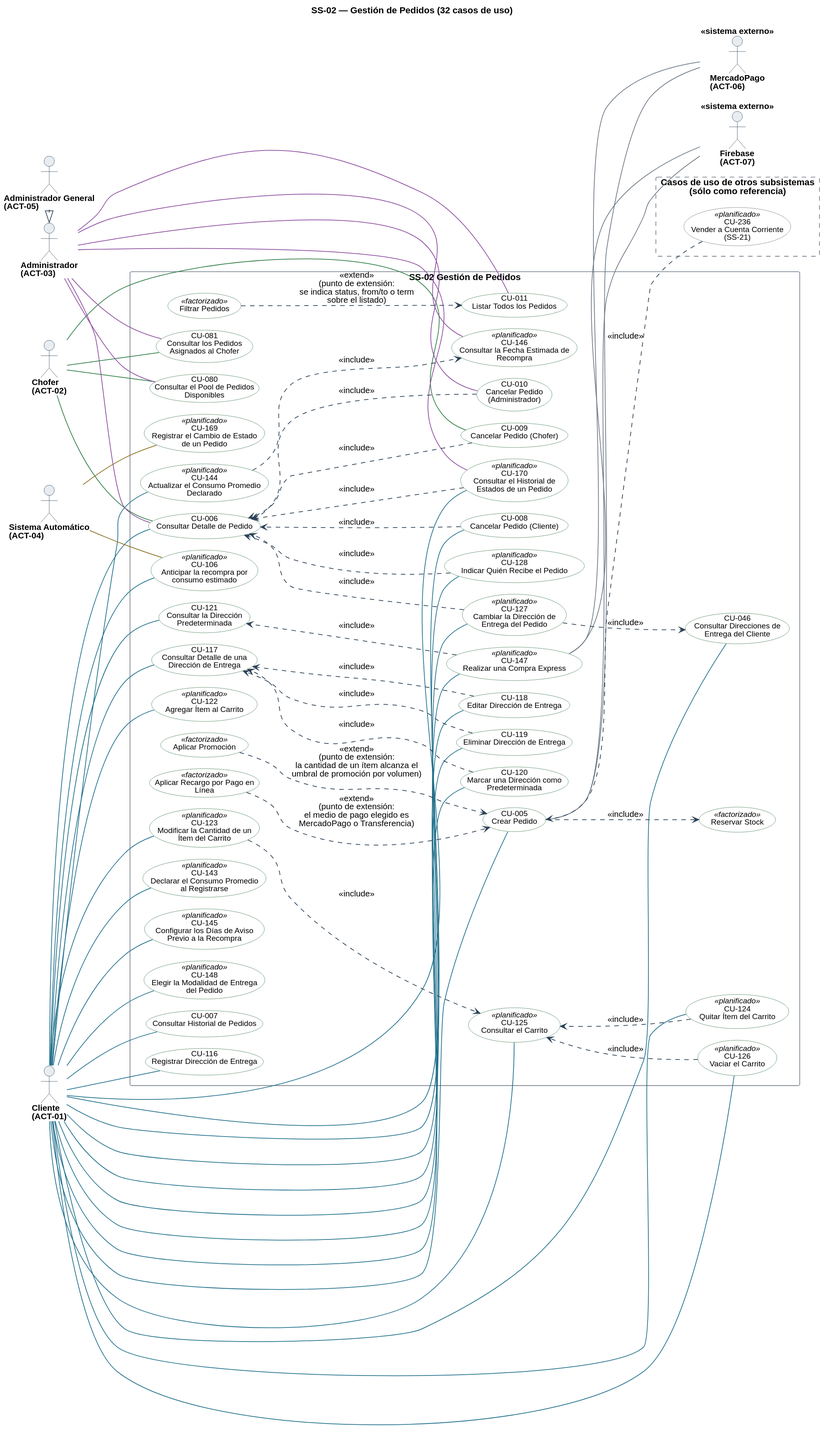
Nahuelito-Dev/splg-docs keeps this PlantUML diagram as diagramas/uml/CU_SS-02_Gestion-De-Pedidos.svg. Above is the earlier version.
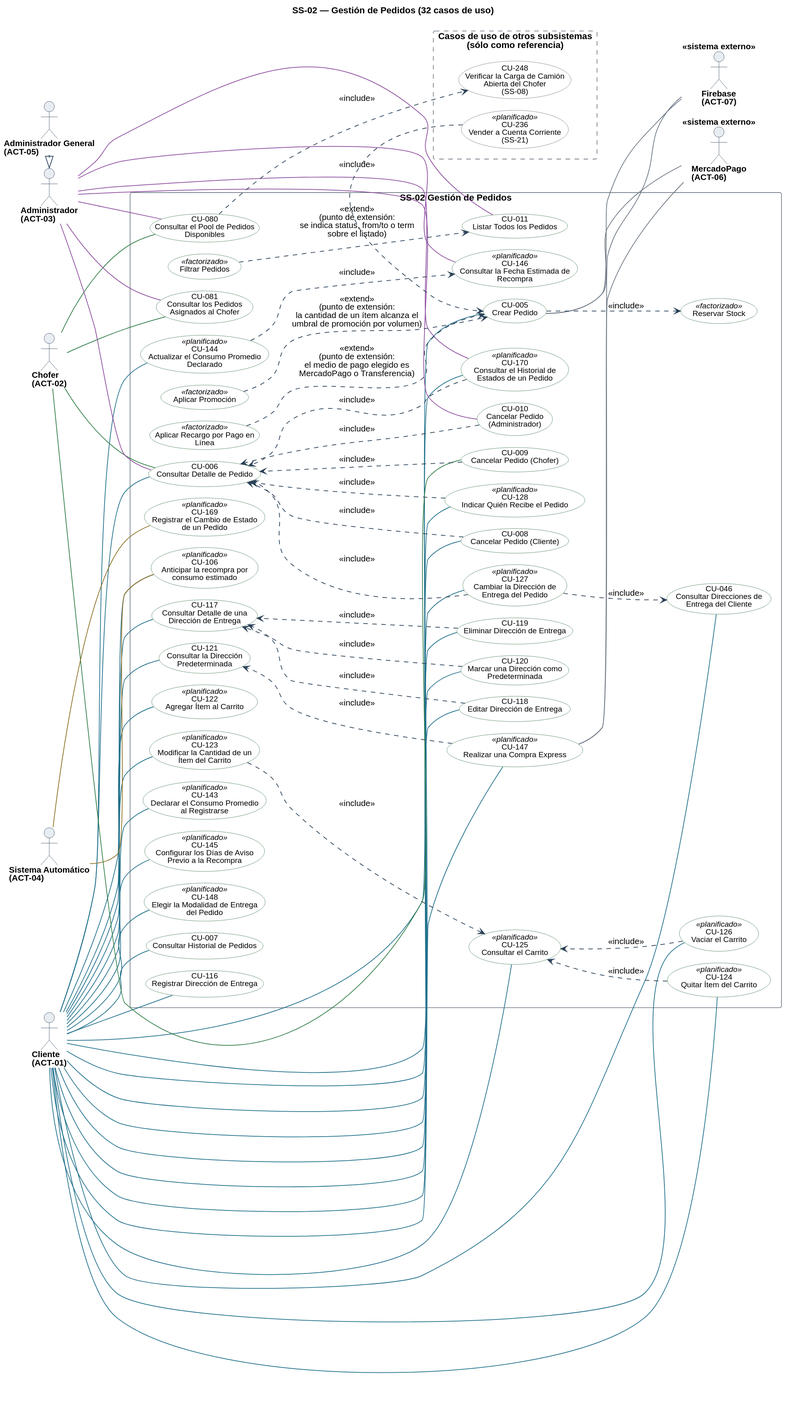
The same file after the commit.

What changed in the source:
```diff
@@ -83,6 +83,7 @@
 
 rectangle "Casos de uso de otros subsistemas\n(sólo como referencia)" as OTROS #back:FFFFFF;line:6B7683;line.dashed {
   usecase "CU-236\nVender a Cuenta Corriente\n(SS-21)" as U236 <<planificado>> #back:FFFFFF;line:6B7683
+  usecase "CU-248\nVerificar la Carga de Camión\nAbierta del Chofer\n(SS-08)" as U248 #back:FFFFFF;line:6B7683
 }
 
 A01 -[#1F6F8B]- U005
@@ -145,6 +146,7 @@
 U127 ..> U006 : <<include>>
 U128 ..> U006 : <<include>>
 U005 ..> F_STOCK : <<include>>
+U080 ..> U248 : <<include>>
 U236 ..> U005 : <<include>>
 U005 -[hidden]-> U236
 U006 -[hidden]-> U008
```
